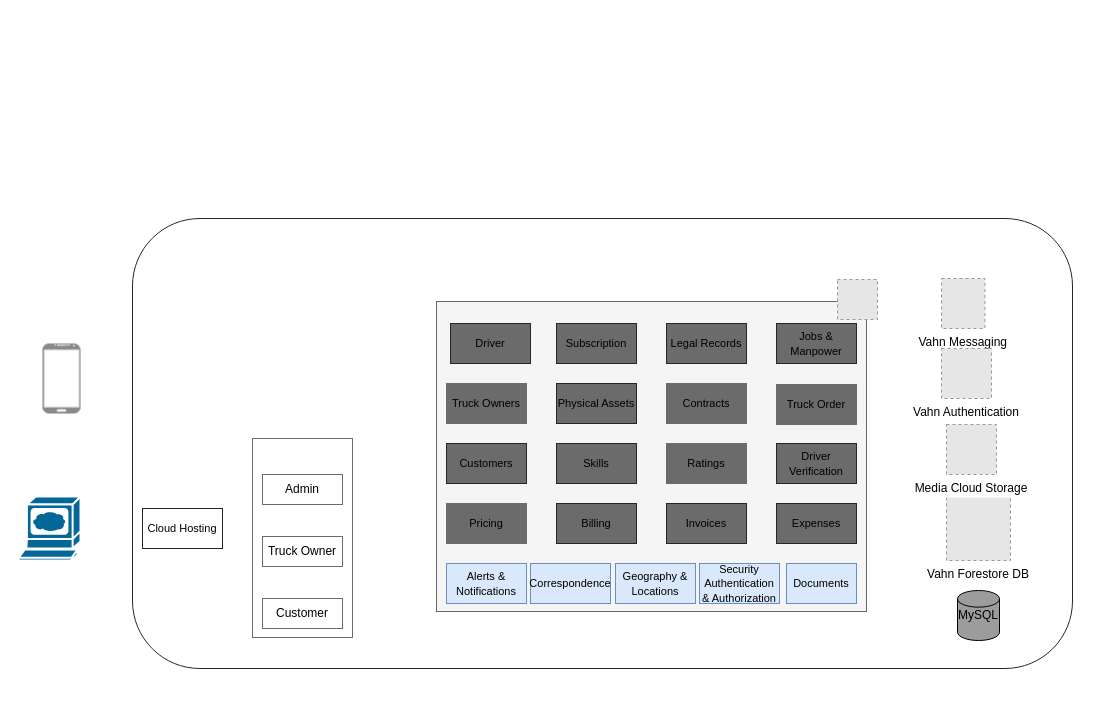
Above: VahnArchitecture.drawio in nkapre/kapresoftprojects (draw.io), before the change. Source tidied: cells renumbered, new cells numbered last; positions are measured from the earlier drawing's top-left corner, leaving out a move shared by most shapes. Both pictures are drawn from the tidied source at 100%, with x=0, y=0 at pixel (18, 218). Pictures stored in the file or linked from it are replaced by grey dashed boxes.
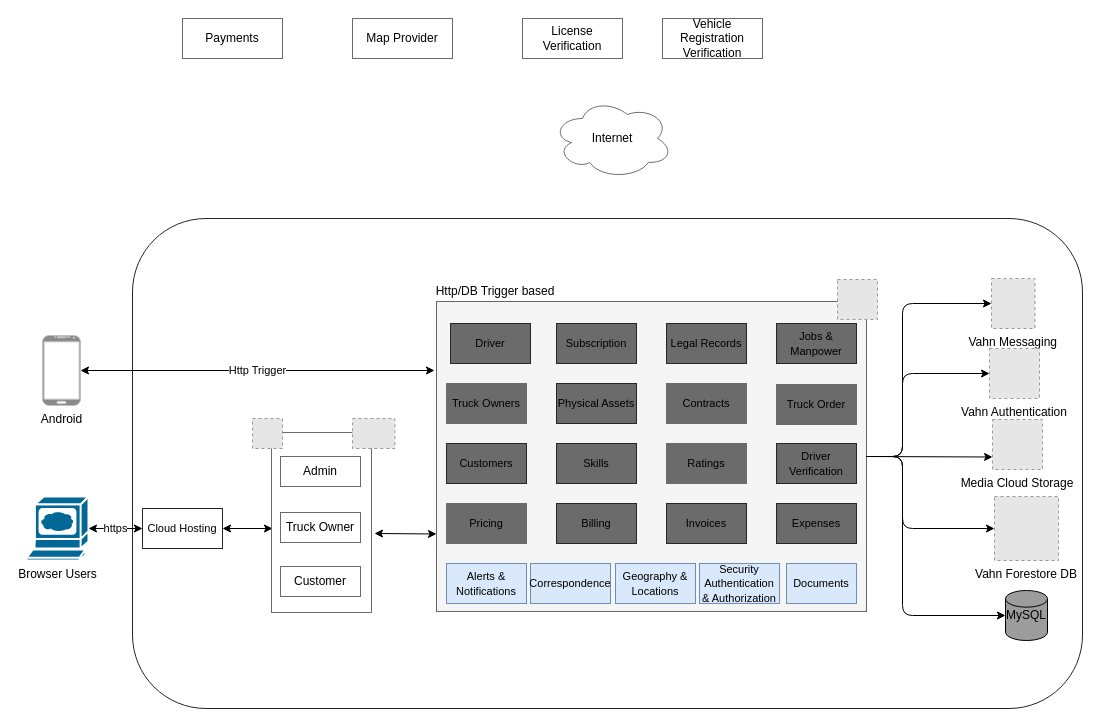
After the change.

The change refers to these unchanged cells:
```xml
<mxCell id="5" value="&lt;font style=&quot;font-size: 11px&quot;&gt;Cloud Hosting&lt;/font&gt;" style="rounded=0;whiteSpace=wrap;html=1;strokeColor=#262626;" parent="1" vertex="1">
  <mxGeometry x="124" y="290" width="80" height="40" as="geometry" />
</mxCell>
<mxCell id="9" style="group;" parent="8" vertex="1">
  <mxGeometry y="22" width="430" height="310" as="geometry" />
</mxCell>
<mxCell id="10" style="rounded=0;whiteSpace=wrap;html=1;strokeColor=#666666;fillColor=#f5f5f5;fontColor=#333333;" parent="9" vertex="1">
  <mxGeometry width="430" height="310" as="geometry" />
</mxCell>
```

The edit, as a diff of the source:
```diff
@@
     <mxCell id="2" style="rounded=1;whiteSpace=wrap;html=1;strokeColor=#262626;" parent="1" vertex="1">
-      <mxGeometry x="114" width="940" height="450" as="geometry" />
+      <mxGeometry x="114" width="950" height="490" as="geometry" />
     </mxCell>
-    <mxCell id="3" style="shape=mxgraph.cisco.computers_and_peripherals.web_browser;html=1;dashed=0;fillColor=#036897;strokeColor=#ffffff;strokeWidth=2;verticalLabelPosition=bottom;verticalAlign=top;align=center;outlineConnect=0;" parent="1" vertex="1">
-      <mxGeometry y="278" width="62" height="64" as="geometry" />
+    <mxCell id="3" value="Browser Users" style="shape=mxgraph.cisco.computers_and_peripherals.web_browser;html=1;dashed=0;fillColor=#036897;strokeColor=#ffffff;strokeWidth=2;verticalLabelPosition=bottom;verticalAlign=top;align=center;outlineConnect=0;" parent="1" vertex="1">
+      <mxGeometry x="8" y="278" width="62" height="64" as="geometry" />
     </mxCell>
-    <mxCell id="4" style="verticalLabelPosition=bottom;verticalAlign=top;html=1;shadow=0;dashed=0;strokeWidth=1;shape=mxgraph.android.phone2;strokeColor=#c0c0c0;fillColor=#8A8A8A;" parent="1" vertex="1">
-      <mxGeometry x="24" y="125" width="38" height="70" as="geometry" />
+    <mxCell id="4" value="Android" style="verticalLabelPosition=bottom;verticalAlign=top;html=1;shadow=0;dashed=0;strokeWidth=1;shape=mxgraph.android.phone2;strokeColor=#c0c0c0;fillColor=#8A8A8A;" parent="1" vertex="1">
+      <mxGeometry x="24" y="117" width="38" height="70" as="geometry" />
     </mxCell>
@@
     <mxCell id="6" value="MySQL" style="strokeWidth=1;html=1;shape=mxgraph.flowchart.database;whiteSpace=wrap;fillColor=#9C9C9C;" parent="1" vertex="1">
-      <mxGeometry x="939" y="372" width="42" height="50" as="geometry" />
+      <mxGeometry x="987" y="372" width="42" height="50" as="geometry" />
     </mxCell>
-    <mxCell id="7" style="rounded=0;whiteSpace=wrap;html=1;strokeColor=#6B6B6B;strokeWidth=1;fillColor=#FFFFFF;" parent="1" vertex="1">
-      <mxGeometry x="234" y="220" width="100" height="199" as="geometry" />
-    </mxCell>
@@
+    <mxCell id="40" value="Http/DB Trigger based" style="text;html=1;strokeColor=none;fillColor=none;align=center;verticalAlign=middle;whiteSpace=wrap;rounded=0;" parent="9" vertex="1">
+      <mxGeometry x="-14" y="-20" width="146" height="20" as="geometry" />
+    </mxCell>
@@
-    <mxCell id="33" value="Admin" style="rounded=0;whiteSpace=wrap;html=1;strokeColor=#6B6B6B;strokeWidth=1;fillColor=#FFFFFF;" parent="1" vertex="1">
-      <mxGeometry x="244" y="256" width="80" height="30" as="geometry" />
-    </mxCell>
-    <mxCell id="34" value="Truck Owner" style="rounded=0;whiteSpace=wrap;html=1;strokeColor=#6B6B6B;strokeWidth=1;fillColor=#FFFFFF;" parent="1" vertex="1">
-      <mxGeometry x="244" y="318" width="80" height="30" as="geometry" />
-    </mxCell>
-    <mxCell id="35" value="Customer" style="rounded=0;whiteSpace=wrap;html=1;strokeColor=#6B6B6B;strokeWidth=1;fillColor=#FFFFFF;" parent="1" vertex="1">
-      <mxGeometry x="244" y="380" width="80" height="30" as="geometry" />
-    </mxCell>
     <mxCell id="36" value="Vahn Messaging" style="fillColor=#E6E6E6;strokeColor=#999999;dashed=1;verticalLabelPosition=bottom;labelBackgroundColor=#ffffff;verticalAlign=top;" parent="1" vertex="1">
-      <mxGeometry x="923" y="60" width="43.5" height="50" as="geometry" />
+      <mxGeometry x="973" y="60" width="43.5" height="50" as="geometry" />
     </mxCell>
     <mxCell id="37" value="Vahn Forestore DB" style="fillColor=#E6E6E6;strokeColor=#999999;dashed=1;verticalLabelPosition=bottom;labelBackgroundColor=#ffffff;verticalAlign=top;" parent="1" vertex="1">
-      <mxGeometry x="928" y="278" width="64" height="64" as="geometry" />
+      <mxGeometry x="976" y="278" width="64" height="64" as="geometry" />
     </mxCell>
     <mxCell id="38" value="Vahn Authentication" style="fillColor=#E6E6E6;strokeColor=#999999;dashed=1;verticalLabelPosition=bottom;labelBackgroundColor=#ffffff;verticalAlign=top;" parent="1" vertex="1">
-      <mxGeometry x="923" y="130" width="50" height="50" as="geometry" />
+      <mxGeometry x="971" y="130" width="50" height="50" as="geometry" />
     </mxCell>
     <mxCell id="39" value="Media Cloud Storage" style="fillColor=#E6E6E6;strokeColor=#999999;dashed=1;verticalLabelPosition=bottom;labelBackgroundColor=#ffffff;verticalAlign=top;" parent="1" vertex="1">
-      <mxGeometry x="928" y="206" width="50" height="50" as="geometry" />
+      <mxGeometry x="974" y="201" width="50" height="50" as="geometry" />
     </mxCell>
+    <mxCell id="41" value="Http Trigger" style="endArrow=classic;html=1;startArrow=classic;startFill=1;" parent="1" edge="1" source="4">
+      <mxGeometry relative="1" as="geometry">
+        <mxPoint x="416" y="152" as="targetPoint" />
+      </mxGeometry>
+    </mxCell>
+    <mxCell id="42" value="Payments" style="whiteSpace=wrap;html=1;strokeColor=#6B6B6B;strokeWidth=1;fillColor=#FFFFFF;" parent="1" vertex="1">
+      <mxGeometry x="164" y="-200" width="100" height="40" as="geometry" />
+    </mxCell>
+    <mxCell id="43" value="Internet" style="ellipse;shape=cloud;whiteSpace=wrap;html=1;strokeColor=#6B6B6B;strokeWidth=1;fillColor=#FFFFFF;" parent="1" vertex="1">
+      <mxGeometry x="534" y="-120" width="120" height="80" as="geometry" />
+    </mxCell>
+    <mxCell id="44" value="Map Provider" style="whiteSpace=wrap;html=1;strokeColor=#6B6B6B;strokeWidth=1;fillColor=#FFFFFF;" parent="1" vertex="1">
+      <mxGeometry x="334" y="-200" width="100" height="40" as="geometry" />
+    </mxCell>
+    <mxCell id="45" style="endArrow=classic;html=1;entryX=0;entryY=0.5;entryDx=0;entryDy=0;exitX=1;exitY=0.5;exitDx=0;exitDy=0;" parent="1" edge="1" source="10" target="36">
+      <mxGeometry relative="1" as="geometry">
+        <Array as="points">
+          <mxPoint x="884" y="238" />
+          <mxPoint x="884" y="85" />
+        </Array>
+      </mxGeometry>
+    </mxCell>
+    <mxCell id="46" style="endArrow=classic;html=1;entryX=0;entryY=0.5;entryDx=0;entryDy=0;exitX=1;exitY=0.5;exitDx=0;exitDy=0;" parent="1" edge="1" source="10" target="37">
+      <mxGeometry relative="1" as="geometry">
+        <Array as="points">
+          <mxPoint x="884" y="238" />
+          <mxPoint x="884" y="310" />
+        </Array>
+      </mxGeometry>
+    </mxCell>
+    <mxCell id="47" style="endArrow=classic;html=1;exitX=1;exitY=0.5;exitDx=0;exitDy=0;" parent="1" edge="1" source="10" target="6">
+      <mxGeometry relative="1" as="geometry">
+        <Array as="points">
+          <mxPoint x="884" y="238" />
+          <mxPoint x="884" y="397" />
+        </Array>
+      </mxGeometry>
+    </mxCell>
+    <mxCell id="48" style="endArrow=classic;html=1;entryX=0;entryY=0.5;entryDx=0;entryDy=0;exitX=1;exitY=0.5;exitDx=0;exitDy=0;" parent="1" edge="1" source="10" target="38">
+      <mxGeometry relative="1" as="geometry">
+        <Array as="points">
+          <mxPoint x="884" y="238" />
+          <mxPoint x="884" y="155" />
+        </Array>
+      </mxGeometry>
+    </mxCell>
+    <mxCell id="49" style="endArrow=classic;html=1;exitX=1;exitY=0.5;exitDx=0;exitDy=0;entryX=0;entryY=0.75;entryDx=0;entryDy=0;" parent="1" edge="1" source="10" target="39">
+      <mxGeometry relative="1" as="geometry" />
+    </mxCell>
+    <mxCell id="50" value="https" style="endArrow=classic;startArrow=classic;html=1;exitX=1;exitY=0.5;exitDx=0;exitDy=0;exitPerimeter=0;entryX=0;entryY=0.5;entryDx=0;entryDy=0;" parent="1" edge="1" source="3" target="5">
+      <mxGeometry relative="1" as="geometry">
+        <Array as="points">
+          <mxPoint x="94" y="310" />
+        </Array>
+      </mxGeometry>
+    </mxCell>
+    <mxCell id="51" style="endArrow=classic;startArrow=classic;html=1;exitX=1;exitY=0.5;exitDx=0;exitDy=0;" parent="1" edge="1" source="5">
+      <mxGeometry relative="1" as="geometry">
+        <mxPoint x="254" y="310" as="targetPoint" />
+      </mxGeometry>
+    </mxCell>
+    <mxCell id="52" style="group;" parent="1" vertex="1">
+      <mxGeometry x="253" y="214" width="123.4" height="200" as="geometry" />
+    </mxCell>
+    <mxCell id="7" style="rounded=0;whiteSpace=wrap;html=1;strokeColor=#6B6B6B;strokeWidth=1;fillColor=#FFFFFF;" parent="52" vertex="1">
+      <mxGeometry width="100" height="180" as="geometry" />
+    </mxCell>
+    <mxCell id="33" value="Admin" style="rounded=0;whiteSpace=wrap;html=1;strokeColor=#6B6B6B;strokeWidth=1;fillColor=#FFFFFF;" parent="52" vertex="1">
+      <mxGeometry x="9" y="24" width="80" height="30" as="geometry" />
+    </mxCell>
+    <mxCell id="34" value="Truck Owner" style="rounded=0;whiteSpace=wrap;html=1;strokeColor=#6B6B6B;strokeWidth=1;fillColor=#FFFFFF;" parent="52" vertex="1">
+      <mxGeometry x="9" y="80" width="80" height="30" as="geometry" />
+    </mxCell>
+    <mxCell id="35" value="Customer" style="rounded=0;whiteSpace=wrap;html=1;strokeColor=#6B6B6B;strokeWidth=1;fillColor=#FFFFFF;" parent="52" vertex="1">
+      <mxGeometry x="9" y="134" width="80" height="30" as="geometry" />
+    </mxCell>
+    <mxCell id="53" style="fillColor=#E6E6E6;strokeColor=#999999;dashed=1;verticalLabelPosition=bottom;labelBackgroundColor=#ffffff;verticalAlign=top;" parent="52" vertex="1">
+      <mxGeometry x="-19" y="-14" width="30" height="30" as="geometry" />
+    </mxCell>
+    <mxCell id="54" style="fillColor=#E6E6E6;strokeColor=#999999;dashed=1;verticalLabelPosition=bottom;labelBackgroundColor=#ffffff;verticalAlign=top;" parent="52" vertex="1">
+      <mxGeometry x="81" y="-14" width="42.4" height="30" as="geometry" />
+    </mxCell>
+    <mxCell id="55" style="endArrow=classic;startArrow=classic;html=1;exitX=1.03;exitY=0.561;exitDx=0;exitDy=0;entryX=0;entryY=0.75;entryDx=0;entryDy=0;exitPerimeter=0;" parent="1" edge="1" source="7" target="10">
+      <mxGeometry relative="1" as="geometry" />
+    </mxCell>
+    <mxCell id="56" value="License Verification" style="whiteSpace=wrap;html=1;strokeColor=#6B6B6B;strokeWidth=1;fillColor=#FFFFFF;" parent="1" vertex="1">
+      <mxGeometry x="504" y="-200" width="100" height="40" as="geometry" />
+    </mxCell>
+    <mxCell id="57" value="Vehicle Registration Verification" style="whiteSpace=wrap;html=1;strokeColor=#6B6B6B;strokeWidth=1;fillColor=#FFFFFF;" parent="1" vertex="1">
+      <mxGeometry x="644" y="-200" width="100" height="40" as="geometry" />
+    </mxCell>
```
